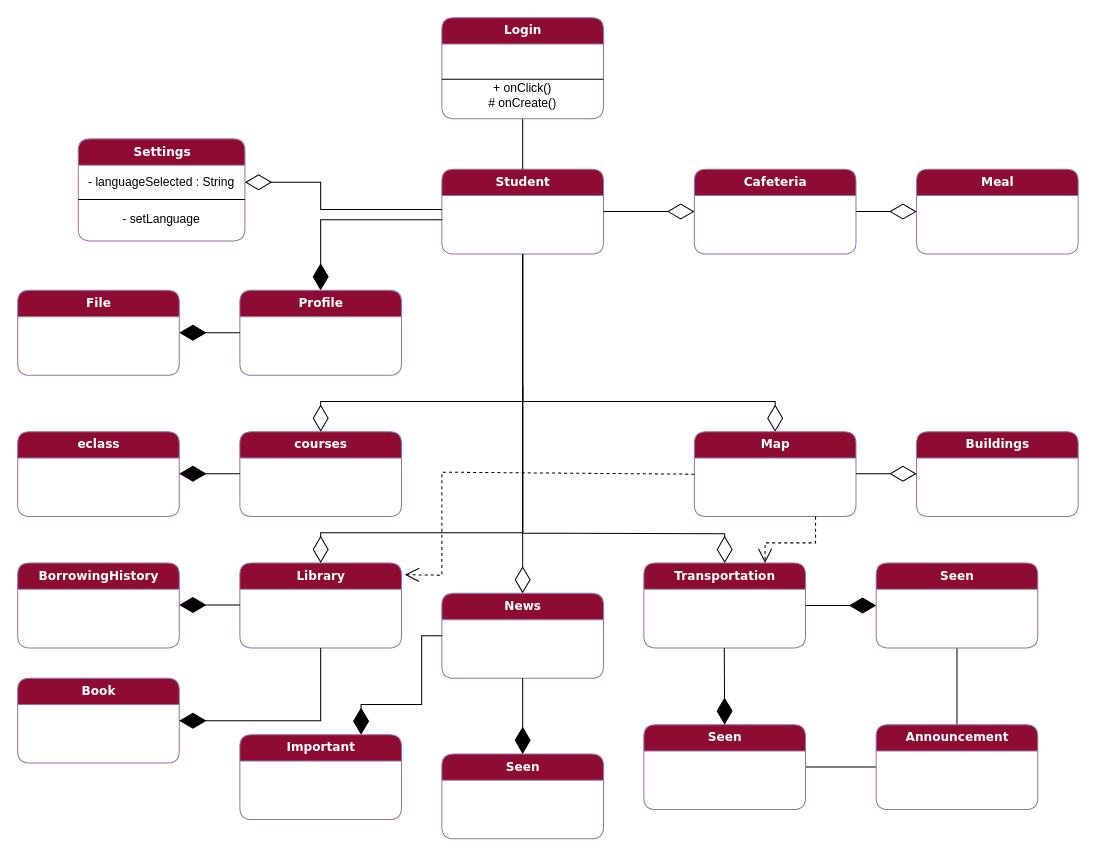
Before: docs/Contributions/Vaggelis/Phase 4/Domain-model-v0.3.drawio in Ibournakas/PaPapp, a draw.io diagram. Source tidied: cells renumbered, new cells numbered last; positions are measured from the earlier drawing's top-left corner, leaving out a move shared by most shapes. Both pictures are drawn from the tidied source at 101%, with x=0, y=0 at pixel (17, 17).
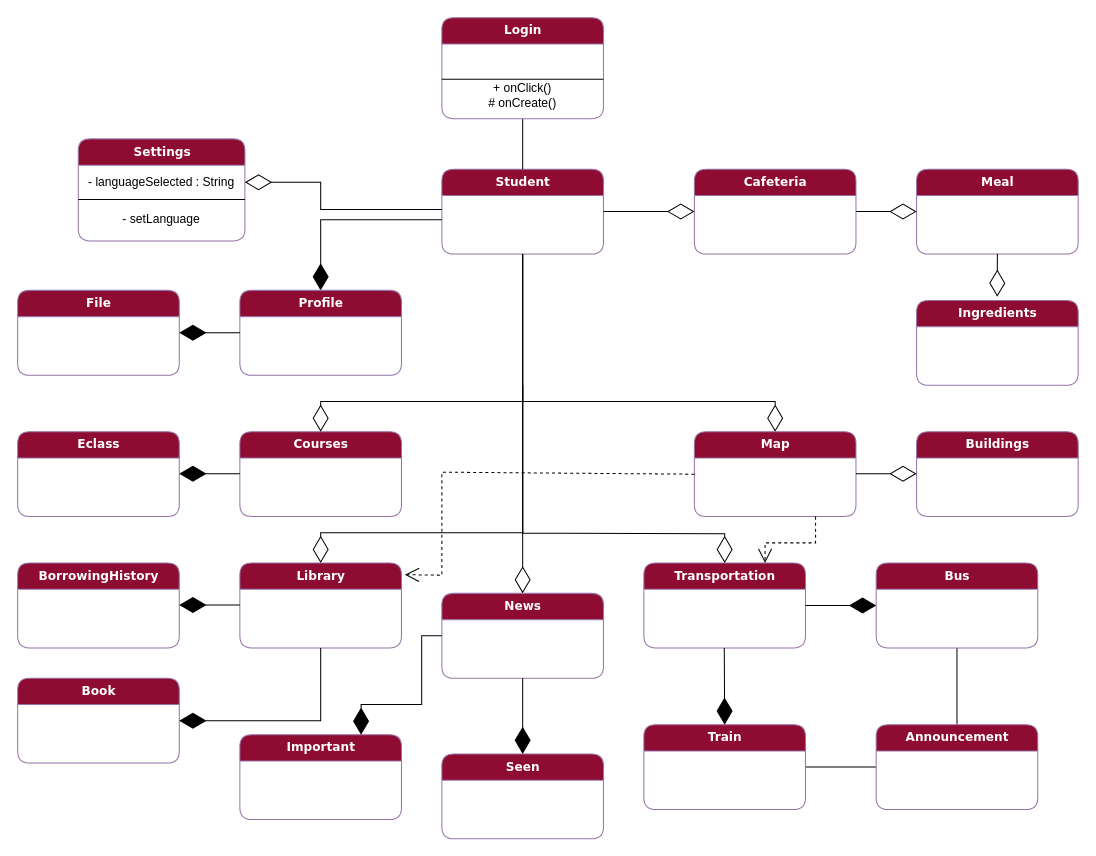
Above is the later version.

Unchanged cells that the change refers to:
```xml
<mxCell id="32" value="&lt;font color=&quot;#ffffff&quot;&gt;&lt;b&gt;Meal&lt;/b&gt;&lt;/font&gt;" style="swimlane;html=1;fontStyle=0;horizontal=1;startSize=26;fillColor=#8e0b32;swimlaneFillColor=#ffffff;align=center;rounded=1;shadow=0;comic=0;labelBackgroundColor=none;strokeWidth=1;fontFamily=Verdana;fontSize=12;strokeColor=#9673a6;" parent="1" vertex="1">
  <mxGeometry x="890" y="150" width="160" height="84" as="geometry" />
</mxCell>
```

Change to the diagram source:
```diff
@@
-    <mxCell id="20" value="&lt;font color=&quot;#ffffff&quot;&gt;&lt;b&gt;courses&lt;/b&gt;&lt;/font&gt;" style="swimlane;html=1;fontStyle=0;horizontal=1;startSize=26;fillColor=#8e0b32;swimlaneFillColor=#ffffff;align=center;rounded=1;shadow=0;comic=0;labelBackgroundColor=none;strokeWidth=1;fontFamily=Verdana;fontSize=12;strokeColor=#9673a6;" parent="1" vertex="1">
+    <mxCell id="20" value="&lt;font color=&quot;#ffffff&quot;&gt;&lt;b&gt;Courses&lt;/b&gt;&lt;/font&gt;" style="swimlane;html=1;fontStyle=0;horizontal=1;startSize=26;fillColor=#8e0b32;swimlaneFillColor=#ffffff;align=center;rounded=1;shadow=0;comic=0;labelBackgroundColor=none;strokeWidth=1;fontFamily=Verdana;fontSize=12;strokeColor=#9673a6;" parent="1" vertex="1">
       <mxGeometry x="220" y="410" width="160" height="84" as="geometry" />
     </mxCell>
@@
-    <mxCell id="22" value="&lt;font color=&quot;#ffffff&quot;&gt;&lt;b&gt;eclass&lt;/b&gt;&lt;/font&gt;" style="swimlane;html=1;fontStyle=0;horizontal=1;startSize=26;fillColor=#8e0b32;swimlaneFillColor=#ffffff;align=center;rounded=1;shadow=0;comic=0;labelBackgroundColor=none;strokeWidth=1;fontFamily=Verdana;fontSize=12;strokeColor=#9673a6;" parent="1" vertex="1">
+    <mxCell id="22" value="&lt;font color=&quot;#ffffff&quot;&gt;&lt;b&gt;Eclass&lt;/b&gt;&lt;/font&gt;" style="swimlane;html=1;fontStyle=0;horizontal=1;startSize=26;fillColor=#8e0b32;swimlaneFillColor=#ffffff;align=center;rounded=1;shadow=0;comic=0;labelBackgroundColor=none;strokeWidth=1;fontFamily=Verdana;fontSize=12;strokeColor=#9673a6;" parent="1" vertex="1">
       <mxGeometry y="410" width="160" height="84" as="geometry" />
     </mxCell>
@@
-    <mxCell id="43" value="&lt;font color=&quot;#ffffff&quot;&gt;&lt;b&gt;Seen&lt;/b&gt;&lt;/font&gt;" style="swimlane;html=1;fontStyle=0;horizontal=1;startSize=26;fillColor=#8e0b32;swimlaneFillColor=#ffffff;align=center;rounded=1;shadow=0;comic=0;labelBackgroundColor=none;strokeWidth=1;fontFamily=Verdana;fontSize=12;strokeColor=#9673a6;" parent="1" vertex="1">
+    <mxCell id="43" value="&lt;font color=&quot;#ffffff&quot;&gt;&lt;b&gt;Bus&lt;/b&gt;&lt;/font&gt;" style="swimlane;html=1;fontStyle=0;horizontal=1;startSize=26;fillColor=#8e0b32;swimlaneFillColor=#ffffff;align=center;rounded=1;shadow=0;comic=0;labelBackgroundColor=none;strokeWidth=1;fontFamily=Verdana;fontSize=12;strokeColor=#9673a6;" parent="1" vertex="1">
       <mxGeometry x="850" y="540" width="160" height="84" as="geometry" />
     </mxCell>
@@
-    <mxCell id="45" value="&lt;font color=&quot;#ffffff&quot;&gt;&lt;b&gt;Seen&lt;/b&gt;&lt;/font&gt;" style="swimlane;html=1;fontStyle=0;horizontal=1;startSize=26;fillColor=#8e0b32;swimlaneFillColor=#ffffff;align=center;rounded=1;shadow=0;comic=0;labelBackgroundColor=none;strokeWidth=1;fontFamily=Verdana;fontSize=12;strokeColor=#9673a6;" parent="1" vertex="1">
+    <mxCell id="45" value="&lt;font color=&quot;#ffffff&quot;&gt;&lt;b&gt;Train&lt;/b&gt;&lt;/font&gt;" style="swimlane;html=1;fontStyle=0;horizontal=1;startSize=26;fillColor=#8e0b32;swimlaneFillColor=#ffffff;align=center;rounded=1;shadow=0;comic=0;labelBackgroundColor=none;strokeWidth=1;fontFamily=Verdana;fontSize=12;strokeColor=#9673a6;" parent="1" vertex="1">
       <mxGeometry x="620" y="700" width="160" height="84" as="geometry" />
     </mxCell>
@@
+    <mxCell id="55" value="&lt;font color=&quot;#ffffff&quot;&gt;&lt;b&gt;Ingredients&lt;/b&gt;&lt;/font&gt;" style="swimlane;html=1;fontStyle=0;horizontal=1;startSize=26;fillColor=#8e0b32;swimlaneFillColor=#ffffff;align=center;rounded=1;shadow=0;comic=0;labelBackgroundColor=none;strokeWidth=1;fontFamily=Verdana;fontSize=12;strokeColor=#9673a6;" parent="1" vertex="1">
+      <mxGeometry x="890" y="280" width="160" height="84" as="geometry" />
+    </mxCell>
+    <mxCell id="56" style="endArrow=diamondThin;endFill=0;endSize=24;html=1;rounded=0;exitX=0.5;exitY=1;exitDx=0;exitDy=0;entryX=0.499;entryY=-0.044;entryDx=0;entryDy=0;entryPerimeter=0;" parent="1" edge="1" source="32" target="55">
+      <mxGeometry relative="1" as="geometry" />
+    </mxCell>
```
